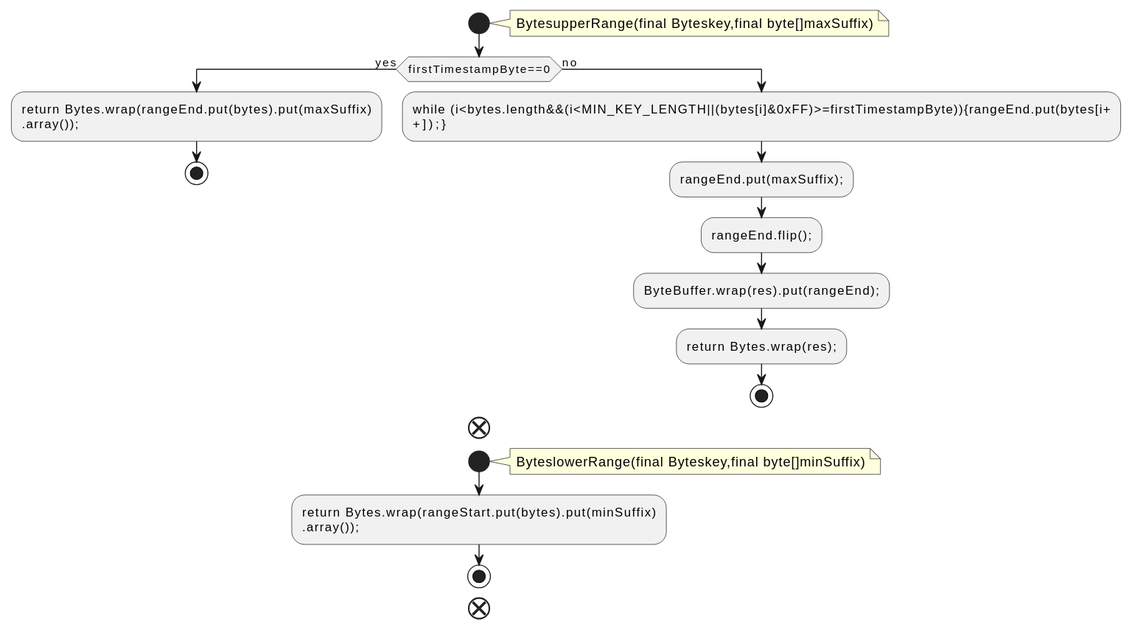
qualitesys/kafka keeps this PlantUML diagram as docs/qc/streams/src/main/java/org/apache/kafka/streams/state/internals/OrderedBytes.java.fct.svg. Above is the earlier version.
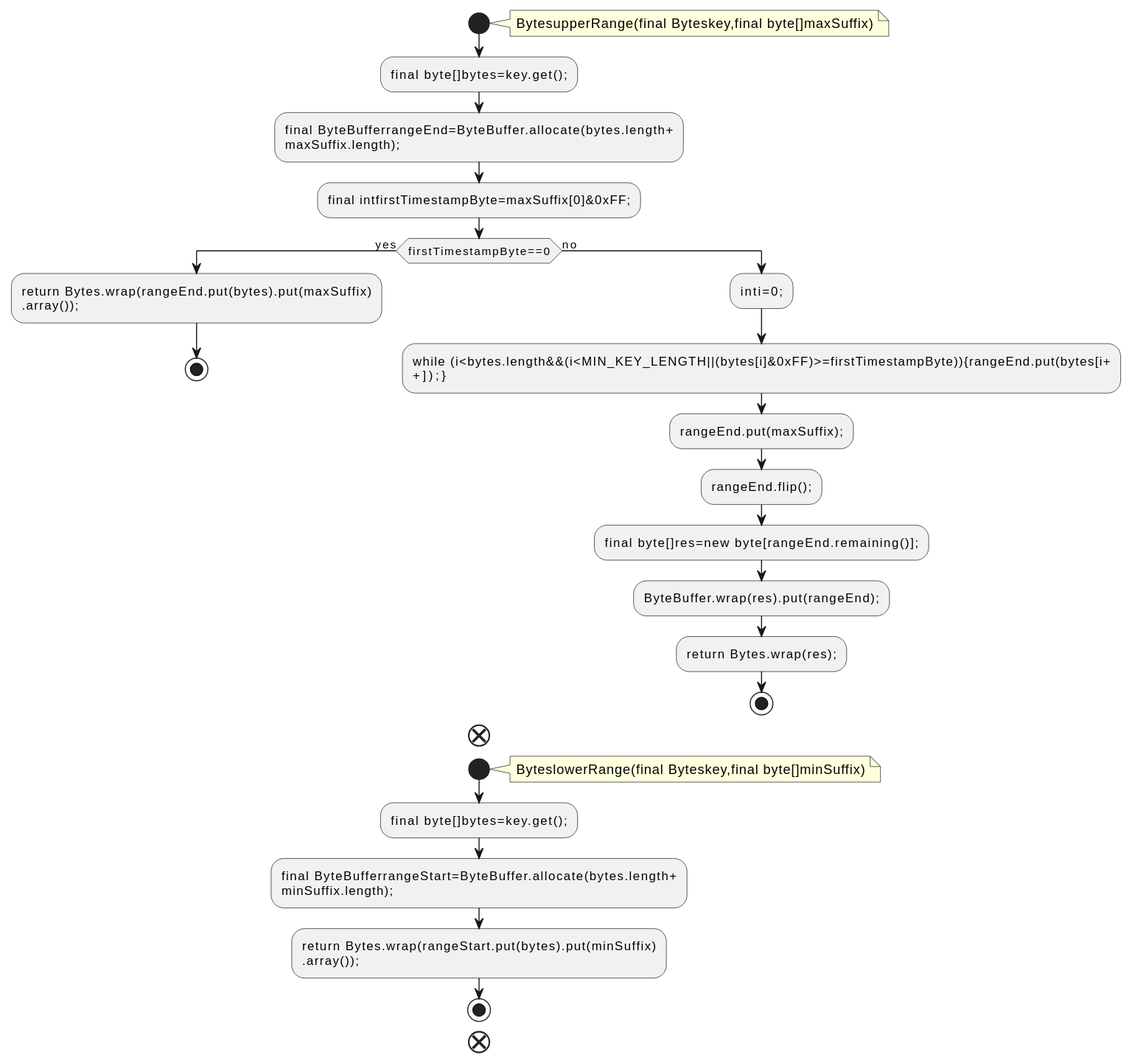
The same diagram one commit later.

What changed in the source:
```diff
@@ -4,15 +4,21 @@
 note right
 BytesupperRange(final Byteskey,final byte[]maxSuffix)
 end note
+:final byte[]bytes=key.get();;
+:final ByteBufferrangeEnd=ByteBuffer.allocate(bytes.length+
+maxSuffix.length);;
+:final intfirstTimestampByte=maxSuffix[0]&0xFF;;
 if (firstTimestampByte==0) then (yes)
 :return Bytes.wrap(rangeEnd.put(bytes).put(maxSuffix)
 .array());;
 stop
 else (no)
+:inti=0;;
 :while (i<bytes.length&&(i<MIN_KEY_LENGTH||(bytes[i]&0xFF)>=firstTimestampByte)){rangeEnd.put(bytes[i+
 +]);};
 :rangeEnd.put(maxSuffix);;
 :rangeEnd.flip();;
+:final byte[]res=new byte[rangeEnd.remaining()];;
 :ByteBuffer.wrap(res).put(rangeEnd);;
 :return Bytes.wrap(res);;
 stop
@@ -22,6 +28,9 @@
 note right
 ByteslowerRange(final Byteskey,final byte[]minSuffix)
 end note
+:final byte[]bytes=key.get();;
+:final ByteBufferrangeStart=ByteBuffer.allocate(bytes.length+
+minSuffix.length);;
 :return Bytes.wrap(rangeStart.put(bytes).put(minSuffix)
 .array());;
 stop
```
